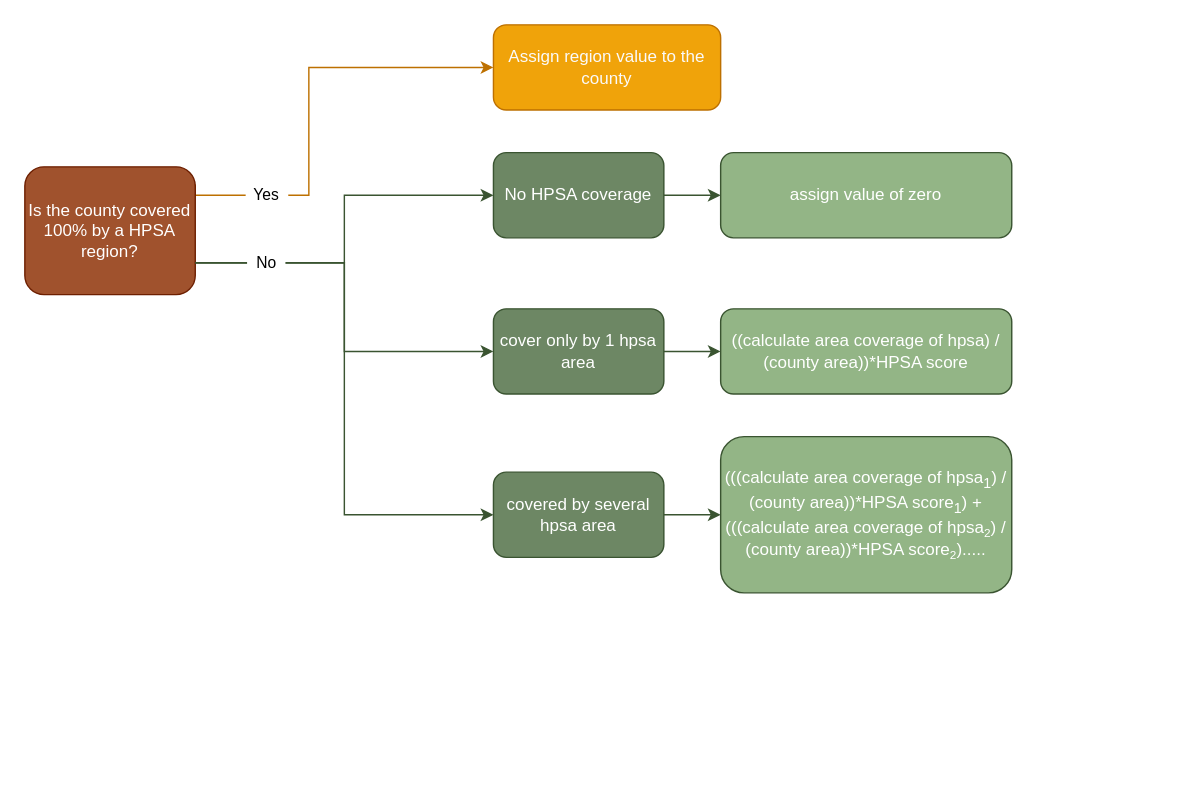
The draw.io diagram HPSA.drawio in dealchre/gradDrawio, before the edit. Source tidied: cells renumbered, new cells numbered last; positions are measured from the earlier drawing's top-left corner, leaving out a move shared by most shapes. Both pictures are drawn from the tidied source at 142%, with x=0, y=0 at pixel (24, 24). Pictures stored in the file or linked from it are replaced by grey dashed boxes.
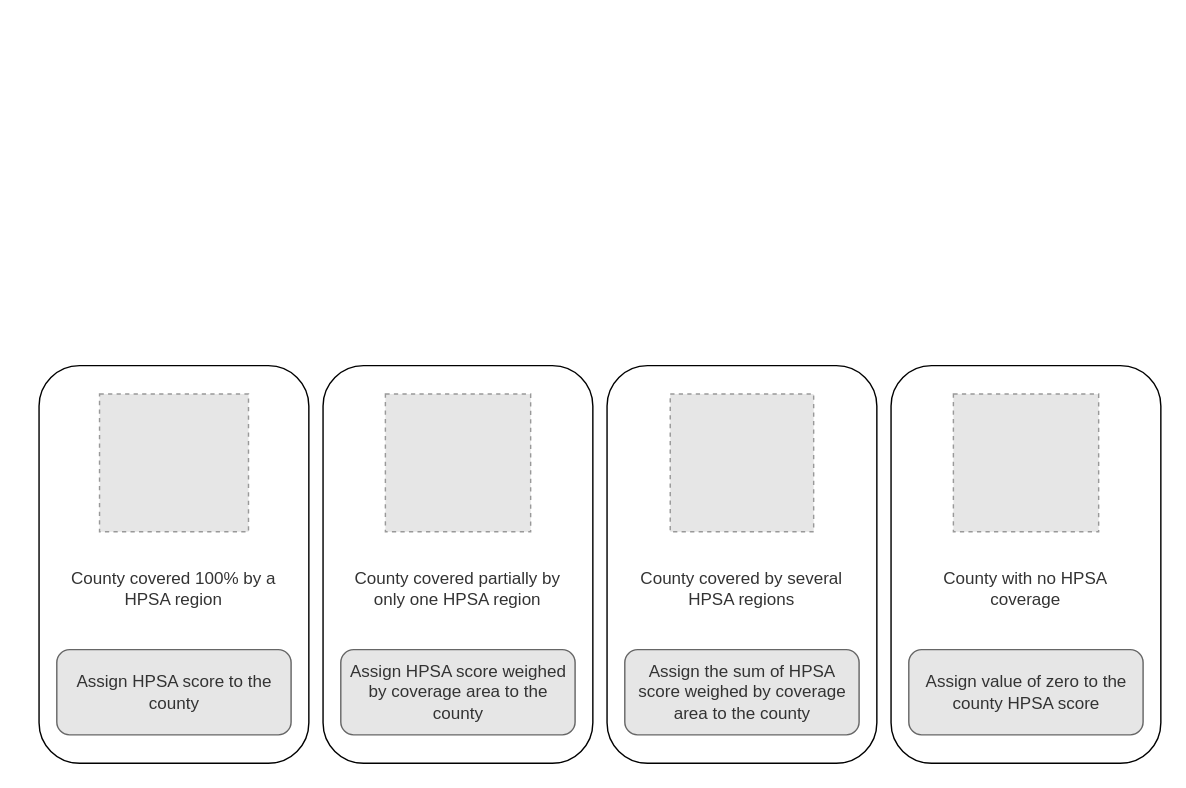
After the change.

The edit, as a diff of the source:
```diff
@@
-    <mxCell id="2" value="&amp;nbsp; Yes&amp;nbsp;&amp;nbsp;" style="edgeStyle=orthogonalEdgeStyle;rounded=0;jettySize=auto;html=1;exitX=1;exitY=0.25;exitDx=0;exitDy=0;entryX=0;entryY=0.5;entryDx=0;entryDy=0;strokeColor=#BD7000;" parent="1" edge="1" target="5">
-      <mxGeometry x="-0.63" relative="1" as="geometry">
-        <mxPoint x="120" y="112.5" as="sourcePoint" />
-        <Array as="points">
-          <mxPoint x="120" y="120" />
-          <mxPoint x="200" y="120" />
-          <mxPoint x="200" y="30" />
-        </Array>
-      </mxGeometry>
-    </mxCell>
-    <mxCell id="3" style="edgeStyle=orthogonalEdgeStyle;rounded=0;jettySize=auto;html=1;exitX=1;exitY=0.75;exitDx=0;exitDy=0;entryX=0;entryY=0.5;entryDx=0;entryDy=0;strokeColor=#3A5431;" parent="1" edge="1" source="4" target="7">
-      <mxGeometry relative="1" as="geometry" />
-    </mxCell>
-    <mxCell id="4" value="Is the county covered 100% by a HPSA region?" style="rounded=1;whiteSpace=wrap;html=1;fillColor=#a0522d;strokeColor=#6D1F00;fontColor=#ffffff;" parent="1" vertex="1">
-      <mxGeometry y="100" width="120" height="90" as="geometry" />
-    </mxCell>
-    <mxCell id="5" value="Assign region value to the county" style="rounded=1;whiteSpace=wrap;html=1;fillColor=#f0a30a;strokeColor=#BD7000;fontColor=#FAFAFA;" parent="1" vertex="1">
-      <mxGeometry x="330" width="160" height="60" as="geometry" />
-    </mxCell>
-    <mxCell id="6" style="edgeStyle=orthogonalEdgeStyle;rounded=0;jettySize=auto;html=1;exitX=1;exitY=0.5;exitDx=0;exitDy=0;fillColor=#6d8764;strokeColor=#3A5431;" parent="1" edge="1" source="7" target="12">
-      <mxGeometry relative="1" as="geometry" />
-    </mxCell>
+    <mxCell id="17" style="group;" parent="1" vertex="1">
+      <mxGeometry x="410" y="240" width="190" height="280" as="geometry" />
+    </mxCell>
+    <mxCell id="18" style="rounded=1;whiteSpace=wrap;html=1;" parent="17" vertex="1">
+      <mxGeometry width="190" height="280" as="geometry" />
+    </mxCell>
-    <mxCell id="7" value="covered by several hpsa area" style="rounded=1;whiteSpace=wrap;html=1;fillColor=#6d8764;strokeColor=#3A5431;fontColor=#ffffff;" parent="1" vertex="1">
-      <mxGeometry x="330" y="315" width="120" height="60" as="geometry" />
+    <mxCell id="7" value="County covered by several HPSA regions" style="rounded=1;whiteSpace=wrap;html=1;fillColor=none;strokeColor=none;fontColor=#333333;" parent="17" vertex="1">
+      <mxGeometry x="15" y="127" width="160" height="60" as="geometry" />
     </mxCell>
-    <mxCell id="8" style="edgeStyle=orthogonalEdgeStyle;rounded=0;jettySize=auto;html=1;exitX=1;exitY=0.5;exitDx=0;exitDy=0;fillColor=#6d8764;strokeColor=#3A5431;entryX=0;entryY=0.5;entryDx=0;entryDy=0;" parent="1" edge="1" source="9" target="11">
-      <mxGeometry relative="1" as="geometry" />
-    </mxCell>
-    <mxCell id="9" value="cover only by 1 hpsa area" style="rounded=1;whiteSpace=wrap;html=1;fillColor=#6d8764;strokeColor=#3A5431;fontColor=#ffffff;" parent="1" vertex="1">
-      <mxGeometry x="330" y="200" width="120" height="60" as="geometry" />
-    </mxCell>
-    <mxCell id="10" style="edgeStyle=orthogonalEdgeStyle;rounded=0;jettySize=auto;html=1;exitX=1;exitY=0.75;exitDx=0;exitDy=0;entryX=0;entryY=0.5;entryDx=0;entryDy=0;strokeColor=#3A5431;" parent="1" edge="1" source="4" target="9">
-      <mxGeometry relative="1" as="geometry" />
-    </mxCell>
-    <mxCell id="11" value="((calculate area coverage of hpsa) / (county area))*HPSA score" style="rounded=1;whiteSpace=wrap;html=1;fillColor=#93B586;strokeColor=#3A5431;fontColor=#ffffff;" parent="1" vertex="1">
-      <mxGeometry x="490" y="200" width="205" height="60" as="geometry" />
-    </mxCell>
-    <mxCell id="12" value="(((calculate area coverage of hpsa&lt;sub&gt;1&lt;/sub&gt;) / (county area))*HPSA score&lt;sub&gt;1&lt;/sub&gt;) +(((calculate area coverage of hpsa&lt;span style=&quot;font-size: 10px;&quot;&gt;&lt;sub&gt;2&lt;/sub&gt;&lt;/span&gt;) / (county area))*HPSA score&lt;span style=&quot;font-size: 10px;&quot;&gt;&lt;sub&gt;2&lt;/sub&gt;&lt;/span&gt;)....." style="rounded=1;whiteSpace=wrap;html=1;fillColor=#93B586;strokeColor=#3A5431;fontColor=#ffffff;" parent="1" vertex="1">
-      <mxGeometry x="490" y="290" width="205" height="110" as="geometry" />
+    <mxCell id="12" value="Assign the sum of HPSA score weighed by coverage area to the county" style="rounded=1;whiteSpace=wrap;html=1;fillColor=#E6E6E6;strokeColor=#666666;fontColor=#333333;" parent="17" vertex="1">
+      <mxGeometry x="12.5" y="200" width="165" height="60" as="geometry" />
     </mxCell>
-    <mxCell id="13" style="edgeStyle=orthogonalEdgeStyle;rounded=0;jettySize=auto;html=1;exitX=1;exitY=0.5;exitDx=0;exitDy=0;entryX=0;entryY=0.5;entryDx=0;entryDy=0;fillColor=#6d8764;strokeColor=#3A5431;" parent="1" edge="1" source="14" target="15">
-      <mxGeometry relative="1" as="geometry" />
-    </mxCell>
+    <mxCell id="19" style="fillColor=#E6E6E6;strokeColor=#999999;dashed=1;verticalLabelPosition=bottom;labelBackgroundColor=default;verticalAlign=top;" parent="17" vertex="1">
+      <mxGeometry x="44.5" y="20" width="101" height="97" as="geometry" />
+    </mxCell>
+    <mxCell id="20" style="group;" parent="1" vertex="1">
+      <mxGeometry x="610" y="240" width="190" height="280" as="geometry" />
+    </mxCell>
+    <mxCell id="21" style="rounded=1;whiteSpace=wrap;html=1;" parent="20" vertex="1">
+      <mxGeometry width="190" height="280" as="geometry" />
+    </mxCell>
-    <mxCell id="14" value="No HPSA coverage" style="rounded=1;whiteSpace=wrap;html=1;fillColor=#6d8764;strokeColor=#3A5431;fontColor=#ffffff;" parent="1" vertex="1">
-      <mxGeometry x="330" y="90" width="120" height="60" as="geometry" />
+    <mxCell id="14" value="County with no HPSA coverage" style="rounded=1;whiteSpace=wrap;html=1;fillColor=none;strokeColor=none;fontColor=#333333;" parent="20" vertex="1">
+      <mxGeometry x="15" y="127" width="160" height="60" as="geometry" />
     </mxCell>
-    <mxCell id="15" value="assign value of zero" style="rounded=1;whiteSpace=wrap;html=1;fillColor=#93B586;strokeColor=#3A5431;fontColor=#ffffff;" parent="1" vertex="1">
-      <mxGeometry x="490" y="90" width="205" height="60" as="geometry" />
+    <mxCell id="15" value="Assign value of zero to the county HPSA score" style="rounded=1;whiteSpace=wrap;html=1;fillColor=#E6E6E6;strokeColor=#666666;fontColor=#333333;" parent="20" vertex="1">
+      <mxGeometry x="12.5" y="200" width="165" height="60" as="geometry" />
     </mxCell>
-    <mxCell id="16" value="&amp;nbsp; No&amp;nbsp;&amp;nbsp;" style="edgeStyle=orthogonalEdgeStyle;rounded=0;jettySize=auto;html=1;exitX=1;exitY=0.75;exitDx=0;exitDy=0;entryX=0;entryY=0.5;entryDx=0;entryDy=0;strokeColor=#3A5431;" parent="1" edge="1" source="4" target="14">
-      <mxGeometry x="-0.61" relative="1" as="geometry" />
-    </mxCell>
+    <mxCell id="22" style="fillColor=#E6E6E6;strokeColor=#999999;dashed=1;verticalLabelPosition=bottom;labelBackgroundColor=default;verticalAlign=top;" parent="20" vertex="1">
+      <mxGeometry x="43.9" y="20" width="102.3" height="97" as="geometry" />
+    </mxCell>
+    <mxCell id="23" style="group;" parent="1" vertex="1">
+      <mxGeometry x="210" y="240" width="190" height="280" as="geometry" />
+    </mxCell>
+    <mxCell id="24" style="rounded=1;whiteSpace=wrap;html=1;" parent="23" vertex="1">
+      <mxGeometry width="190" height="280" as="geometry" />
+    </mxCell>
+    <mxCell id="9" value="County covered partially by only one HPSA region" style="rounded=1;whiteSpace=wrap;html=1;fillColor=none;strokeColor=none;fontColor=#333333;" parent="23" vertex="1">
+      <mxGeometry x="15" y="127" width="160" height="60" as="geometry" />
+    </mxCell>
+    <mxCell id="11" value="Assign HPSA score weighed by coverage area to the county" style="rounded=1;whiteSpace=wrap;html=1;fillColor=#E6E6E6;strokeColor=#666666;fontColor=#333333;" parent="23" vertex="1">
+      <mxGeometry x="12.5" y="200" width="165" height="60" as="geometry" />
+    </mxCell>
+    <mxCell id="25" style="fillColor=#E6E6E6;strokeColor=#999999;dashed=1;verticalLabelPosition=bottom;labelBackgroundColor=default;verticalAlign=top;" parent="23" vertex="1">
+      <mxGeometry x="43.9" y="20" width="102.3" height="97" as="geometry" />
+    </mxCell>
+    <mxCell id="26" style="group;" parent="1" vertex="1">
+      <mxGeometry x="10" y="240" width="190" height="280" as="geometry" />
+    </mxCell>
+    <mxCell id="27" style="rounded=1;whiteSpace=wrap;html=1;" parent="26" vertex="1">
+      <mxGeometry width="190" height="280" as="geometry" />
+    </mxCell>
+    <mxCell id="5" value="County covered 100% by a HPSA region" style="rounded=1;whiteSpace=wrap;html=1;fillColor=none;strokeColor=none;fontColor=#333333;" parent="26" vertex="1">
+      <mxGeometry x="15" y="127" width="160" height="60" as="geometry" />
+    </mxCell>
+    <mxCell id="28" style="fillColor=#E6E6E6;strokeColor=#999999;dashed=1;verticalLabelPosition=bottom;labelBackgroundColor=default;verticalAlign=top;" parent="26" vertex="1">
+      <mxGeometry x="42.6" y="20" width="104.9" height="97" as="geometry" />
+    </mxCell>
+    <mxCell id="29" value="Assign HPSA score to the county" style="rounded=1;whiteSpace=wrap;html=1;fillColor=#E6E6E6;strokeColor=#666666;fontColor=#333333;" parent="26" vertex="1">
+      <mxGeometry x="12.5" y="200" width="165" height="60" as="geometry" />
+    </mxCell>
```
